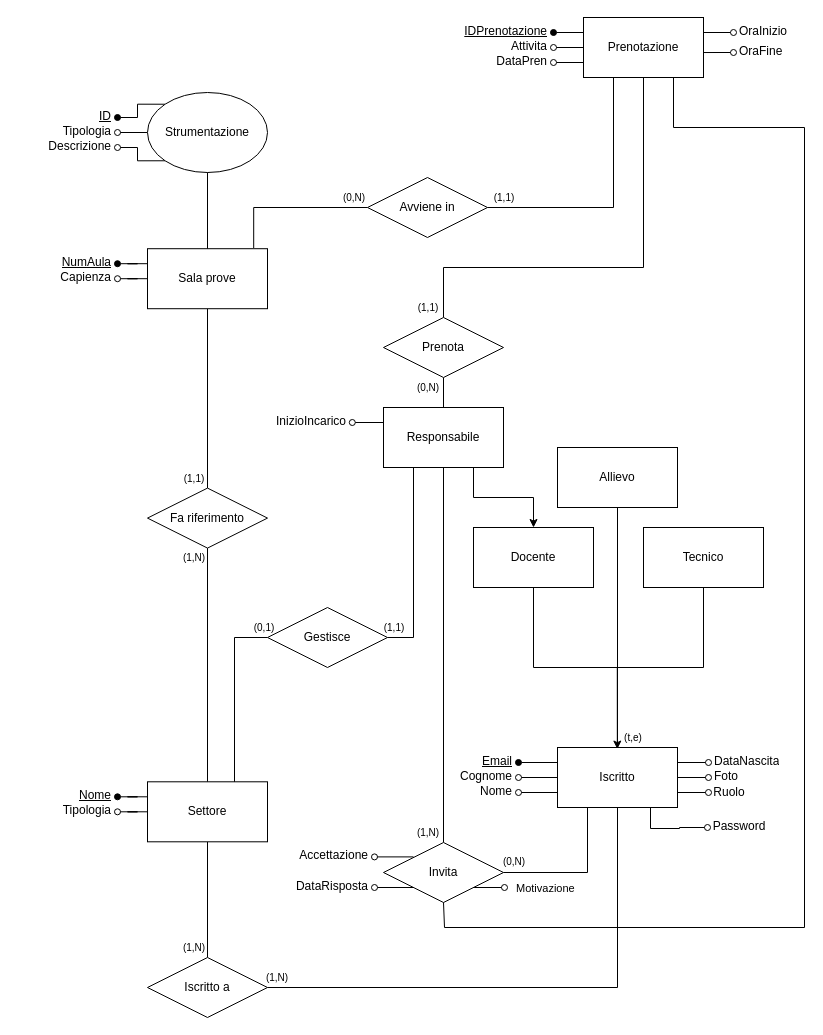
This is page "NON ristrutturato" (2 of 3) of schemiER/Schema-ER.drawio from pirvllv/PWeb-Project_25-26_Ancri-Piralla-Suanno, a draw.io file, before an edit. Source tidied: cells renumbered, new cells numbered last; positions are measured from the earlier drawing's top-left corner, leaving out a move shared by most shapes. Both pictures are drawn from the tidied source at 100%, with x=0, y=0 at pixel (17, 17).
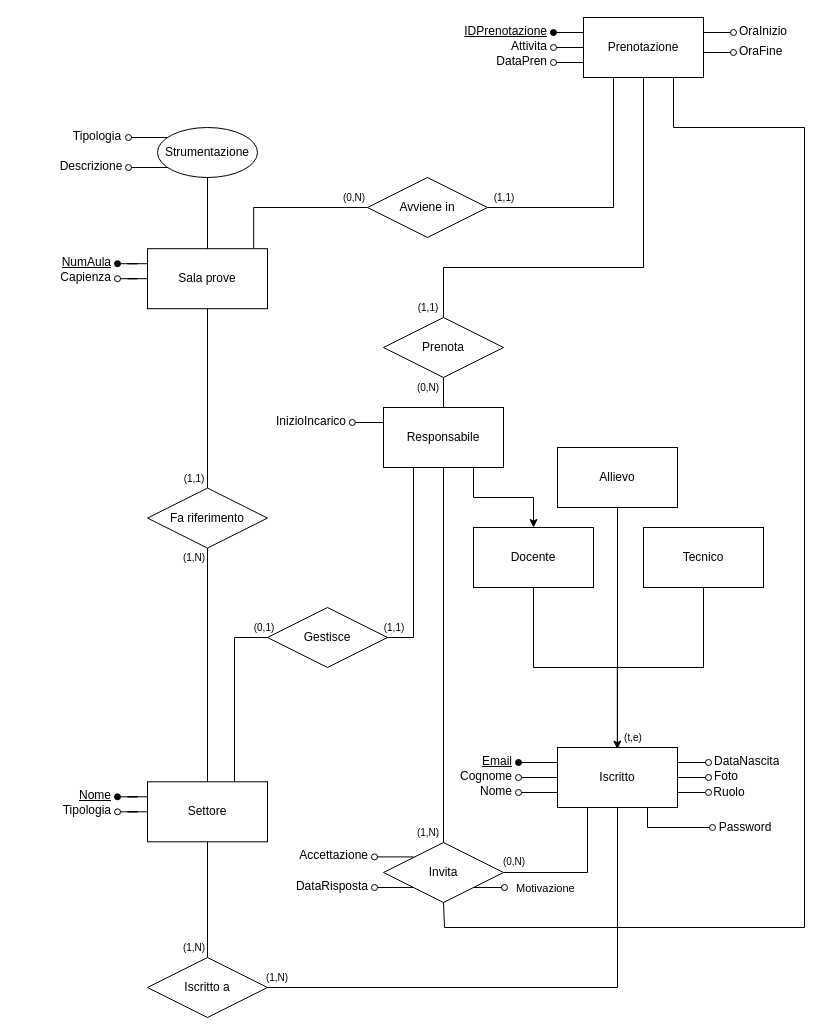
The same diagram, later.

The change refers to these unchanged cells:
```xml
<mxCell id="32" value="Sala prove" style="rounded=0;whiteSpace=wrap;html=1;" parent="31" vertex="1">
  <mxGeometry x="130" width="120" height="60" as="geometry" />
</mxCell>
<mxCell id="63" style="group;" parent="1" vertex="1">
  <mxGeometry x="431" y="730" width="355" height="60" as="geometry" />
</mxCell>
<mxCell id="65" value="Iscritto" style="rounded=0;whiteSpace=wrap;html=1;" parent="63" vertex="1">
  <mxGeometry x="109" width="120" height="60" as="geometry" />
</mxCell>
```

The edit, as a diff of the source:
```diff
@@
-    <mxCell id="37" style="group;" parent="1" vertex="1">
-      <mxGeometry x="20" y="85" width="230" height="75" as="geometry" />
-    </mxCell>
-    <mxCell id="38" style="edgeStyle=orthogonalEdgeStyle;rounded=0;jettySize=auto;html=1;entryX=0;entryY=0;entryDx=0;entryDy=0;startArrow=oval;startFill=1;endArrow=none;endFill=0;" parent="37" edge="1" source="39" target="44">
-      <mxGeometry relative="1" as="geometry" />
-    </mxCell>
-    <mxCell id="39" value="&lt;u&gt;ID&lt;/u&gt;" style="text;strokeColor=none;fillColor=none;spacingLeft=4;spacingRight=4;overflow=hidden;points=[[0,0.5],[1,0.5]];portConstraint=eastwest;fontSize=12;whiteSpace=wrap;html=1;align=right;" parent="37" vertex="1">
-      <mxGeometry x="50" width="30" height="30" as="geometry" />
-    </mxCell>
-    <mxCell id="40" style="edgeStyle=orthogonalEdgeStyle;rounded=0;jettySize=auto;html=1;entryX=0;entryY=0.5;entryDx=0;entryDy=0;endArrow=none;endFill=0;startArrow=oval;startFill=0;" parent="37" edge="1" source="41" target="44">
-      <mxGeometry relative="1" as="geometry" />
-    </mxCell>
-    <mxCell id="41" value="Tipologia" style="text;strokeColor=none;fillColor=none;spacingLeft=4;spacingRight=4;overflow=hidden;points=[[0,0.5],[1,0.5]];portConstraint=eastwest;fontSize=12;whiteSpace=wrap;html=1;align=right;" parent="37" vertex="1">
-      <mxGeometry x="10" y="15" width="70" height="30" as="geometry" />
-    </mxCell>
-    <mxCell id="42" style="edgeStyle=orthogonalEdgeStyle;rounded=0;jettySize=auto;html=1;entryX=0;entryY=1;entryDx=0;entryDy=0;endArrow=none;endFill=0;startArrow=oval;startFill=0;" parent="37" edge="1" source="43" target="44">
-      <mxGeometry relative="1" as="geometry" />
-    </mxCell>
-    <mxCell id="43" value="Descrizione" style="text;strokeColor=none;fillColor=none;spacingLeft=4;spacingRight=4;overflow=hidden;points=[[0,0.5],[1,0.5]];portConstraint=eastwest;fontSize=12;whiteSpace=wrap;html=1;align=right;" parent="37" vertex="1">
-      <mxGeometry y="30" width="80" height="30" as="geometry" />
-    </mxCell>
-    <mxCell id="44" value="Strumentazione" style="ellipse;whiteSpace=wrap;html=1;" parent="37" vertex="1">
-      <mxGeometry x="110" y="-10" width="120" height="80" as="geometry" />
-    </mxCell>
@@
-    <mxCell id="77" style="edgeStyle=orthogonalEdgeStyle;rounded=0;orthogonalLoop=1;jettySize=auto;html=1;entryX=0.75;entryY=1;entryDx=0;entryDy=0;endArrow=none;startFill=0;startArrow=oval;" parent="63" edge="1">
-      <mxGeometry relative="1" as="geometry">
-        <mxPoint x="259" y="80" as="sourcePoint" />
-        <mxPoint x="202" y="60" as="targetPoint" />
-        <Array as="points">
-          <mxPoint x="231" y="80" />
-          <mxPoint x="231" y="81" />
-          <mxPoint x="202" y="81" />
-        </Array>
-      </mxGeometry>
-    </mxCell>
+    <mxCell id="100" style="edgeStyle=orthogonalEdgeStyle;rounded=0;jettySize=auto;html=1;entryX=0.75;entryY=1;entryDx=0;entryDy=0;endArrow=none;startFill=0;startArrow=oval;" parent="63" edge="1" target="65">
+      <mxGeometry relative="1" as="geometry">
+        <mxPoint x="264" y="80" as="sourcePoint" />
+        <Array as="points">
+          <mxPoint x="199" y="80" />
+        </Array>
+      </mxGeometry>
+    </mxCell>
@@
-    <mxCell id="95" style="endArrow=none;html=1;rounded=0;entryX=0.5;entryY=1;entryDx=0;entryDy=0;exitX=0.5;exitY=0;exitDx=0;exitDy=0;" parent="1" edge="1" source="32" target="44">
-      <mxGeometry relative="1" as="geometry" />
-    </mxCell>
@@
     <mxCell id="99" value="Password" style="text;html=1;whiteSpace=wrap;strokeColor=none;fillColor=none;align=center;verticalAlign=middle;rounded=0;" parent="1" vertex="1">
-      <mxGeometry x="692" y="794" width="60" height="30" as="geometry" />
+      <mxGeometry x="698" y="795.4" width="60" height="30" as="geometry" />
     </mxCell>
+    <mxCell id="44" value="Strumentazione" style="ellipse;whiteSpace=wrap;html=1;" parent="1" vertex="1">
+      <mxGeometry x="140" y="110" width="100" height="50" as="geometry" />
+    </mxCell>
+    <mxCell id="95" style="endArrow=none;html=1;rounded=0;entryX=0.5;entryY=1;entryDx=0;entryDy=0;exitX=0.5;exitY=0;exitDx=0;exitDy=0;" parent="1" edge="1" source="32" target="44">
+      <mxGeometry relative="1" as="geometry" />
+    </mxCell>
+    <mxCell id="101" style="edgeStyle=orthogonalEdgeStyle;rounded=0;orthogonalLoop=1;jettySize=auto;html=1;startArrow=none;startFill=0;endArrow=oval;endFill=0;" parent="1" edge="1">
+      <mxGeometry relative="1" as="geometry">
+        <mxPoint x="150" y="120" as="sourcePoint" />
+        <mxPoint x="111" y="120" as="targetPoint" />
+      </mxGeometry>
+    </mxCell>
+    <mxCell id="102" style="edgeStyle=orthogonalEdgeStyle;rounded=0;orthogonalLoop=1;jettySize=auto;html=1;entryX=0;entryY=0.75;entryDx=0;entryDy=0;startArrow=oval;startFill=0;endArrow=none;" parent="1" edge="1">
+      <mxGeometry relative="1" as="geometry">
+        <mxPoint x="111" y="150" as="sourcePoint" />
+        <mxPoint x="150" y="150" as="targetPoint" />
+      </mxGeometry>
+    </mxCell>
+    <mxCell id="41" value="Tipologia" style="text;html=1;whiteSpace=wrap;strokeColor=none;fillColor=none;align=center;verticalAlign=middle;rounded=0;" parent="1" vertex="1">
+      <mxGeometry x="50" y="104" width="60" height="30" as="geometry" />
+    </mxCell>
+    <mxCell id="43" value="Descrizione" style="text;html=1;whiteSpace=wrap;strokeColor=none;fillColor=none;align=center;verticalAlign=middle;rounded=0;" parent="1" vertex="1">
+      <mxGeometry x="44" y="134" width="60" height="30" as="geometry" />
+    </mxCell>
```
